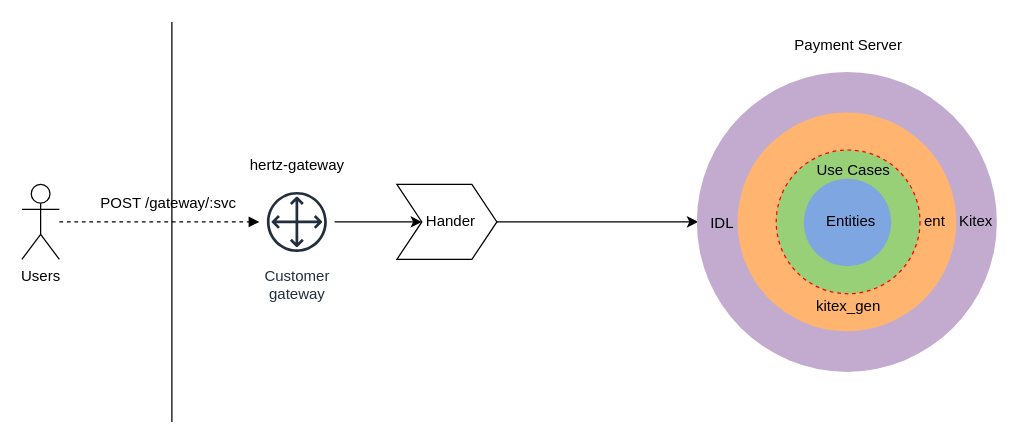
Earlier version of the draw.io diagram 未命名绘图.drawio (baiyutang/draw). Source tidied: cells renumbered, new cells numbered last; positions are measured from the earlier drawing's top-left corner, leaving out a move shared by most shapes. Both pictures are drawn from the tidied source at 125%, with x=0, y=0 at pixel (21, 21).
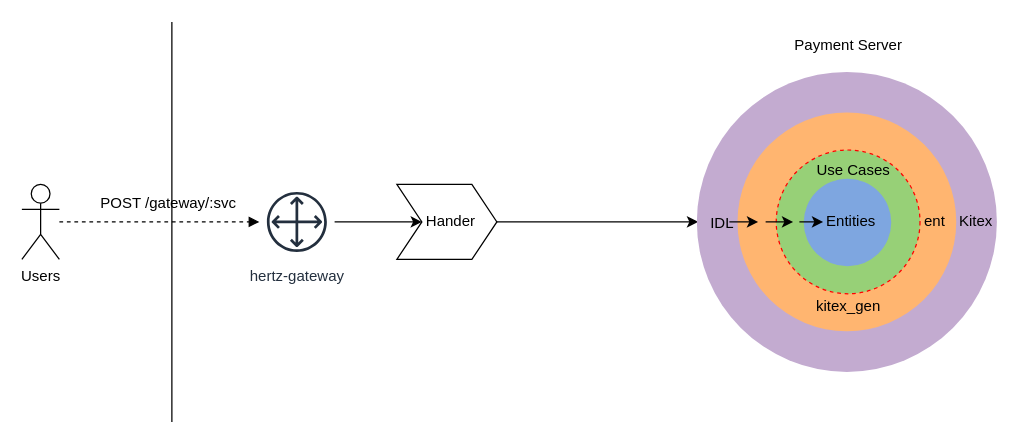
The same diagram, later.

The change refers to these unchanged cells:
```xml
<mxCell id="11" style="ellipse;whiteSpace=wrap;html=1;fillColor=#C3ABD0;gradientColor=none;strokeColor=none;" parent="1" vertex="1">
  <mxGeometry x="540" y="40" width="240" height="240" as="geometry" />
</mxCell>
```

The edit, as a diff of the source:
```diff
@@
-    <mxCell id="3" value="hertz-gateway" style="text;html=1;align=center;verticalAlign=middle;strokeColor=none;fillColor=none;" parent="1" vertex="1">
-      <mxGeometry x="170" y="100" width="100" height="30" as="geometry" />
-    </mxCell>
@@
-    <mxCell id="5" value="Customer&#10;gateway" style="sketch=0;outlineConnect=0;fontColor=#232F3E;gradientColor=none;strokeColor=#232F3E;fillColor=#ffffff;dashed=0;verticalLabelPosition=bottom;verticalAlign=top;align=center;html=1;fontSize=12;fontStyle=0;shape=mxgraph.aws4.resourceIcon;resIcon=mxgraph.aws4.customer_gateway;" parent="1" vertex="1">
+    <mxCell id="5" value="hertz-gateway" style="sketch=0;outlineConnect=0;fontColor=#232F3E;gradientColor=none;strokeColor=#232F3E;fillColor=#ffffff;dashed=0;verticalLabelPosition=bottom;verticalAlign=top;align=center;html=1;fontSize=12;fontStyle=0;shape=mxgraph.aws4.resourceIcon;resIcon=mxgraph.aws4.customer_gateway;" parent="1" vertex="1">
       <mxGeometry x="190" y="130" width="60" height="60" as="geometry" />
     </mxCell>
@@
+    <mxCell id="22" style="endArrow=classic;html=1;rounded=0;" parent="1" edge="1" source="11">
+      <mxGeometry relative="1" as="geometry">
+        <mxPoint x="540" y="160" as="targetPoint" />
+      </mxGeometry>
+    </mxCell>
+    <mxCell id="23" style="endArrow=classic;html=1;rounded=0;exitX=1;exitY=0.5;exitDx=0;exitDy=0;exitPerimeter=0;" parent="1" edge="1">
+      <mxGeometry relative="1" as="geometry">
+        <mxPoint x="566" y="160" as="sourcePoint" />
+        <mxPoint x="589" y="160" as="targetPoint" />
+      </mxGeometry>
+    </mxCell>
+    <mxCell id="24" style="endArrow=classic;html=1;rounded=0;exitX=1;exitY=0.5;exitDx=0;exitDy=0;exitPerimeter=0;" parent="1" edge="1">
+      <mxGeometry relative="1" as="geometry">
+        <mxPoint x="595" y="160" as="sourcePoint" />
+        <mxPoint x="617" y="160" as="targetPoint" />
+      </mxGeometry>
+    </mxCell>
+    <mxCell id="25" style="endArrow=classic;html=1;rounded=0;exitX=1;exitY=0.5;exitDx=0;exitDy=0;exitPerimeter=0;" parent="1" edge="1">
+      <mxGeometry relative="1" as="geometry">
+        <mxPoint x="622" y="160" as="sourcePoint" />
+        <mxPoint x="641" y="160" as="targetPoint" />
+      </mxGeometry>
+    </mxCell>
```
